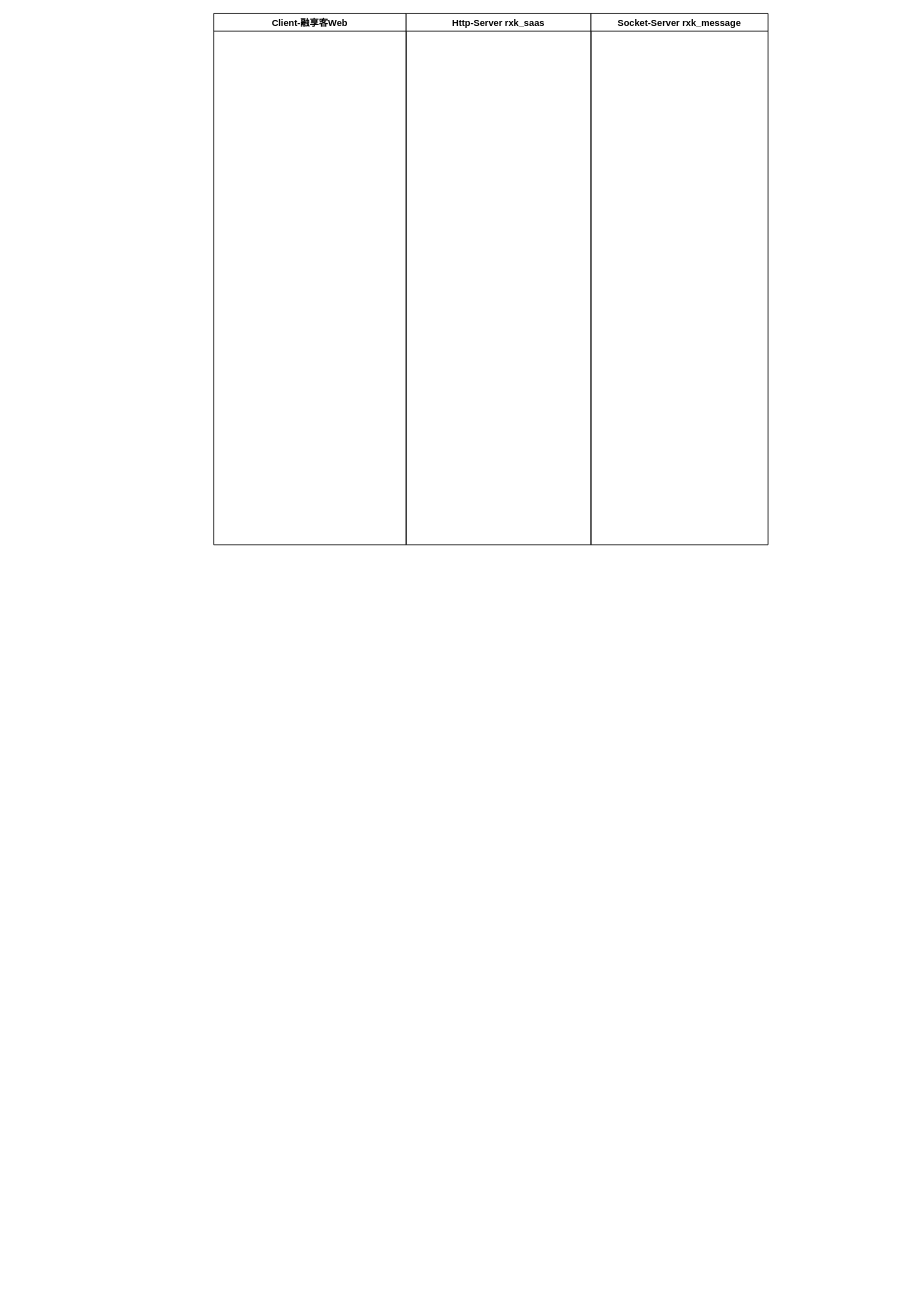
This is 未命名绘图.drawio from didiEvans/draw.io, a draw.io file, before an edit. Source tidied: cells renumbered, new cells numbered last; positions are measured from the earlier drawing's top-left corner, leaving out a move shared by most shapes. Both pictures are drawn from the tidied source at 77%, with x=0, y=0 at pixel (213, 13).
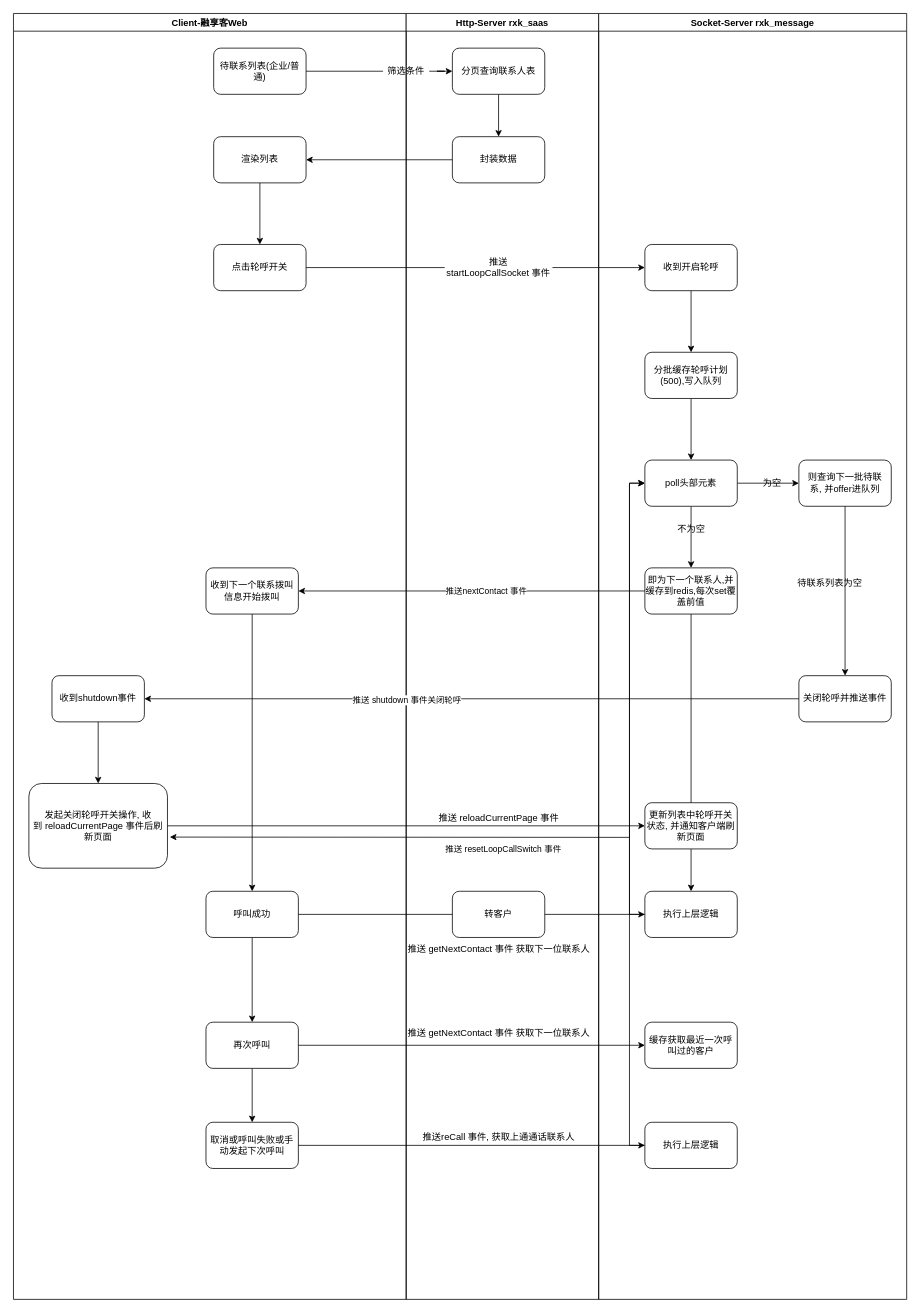
The same diagram, later.

Change to the diagram source:
```diff
@@
     <mxCell id="2" value="Client-融享客Web" style="swimlane;" parent="1" vertex="1">
-      <mxGeometry width="250" height="690" as="geometry" />
+      <mxGeometry x="-260" width="510" height="1670" as="geometry" />
     </mxCell>
+    <mxCell id="5" value="待联系列表(企业/普通)" style="rounded=1;whiteSpace=wrap;html=1;" parent="2" vertex="1">
+      <mxGeometry x="260" y="45" width="120" height="60" as="geometry" />
+    </mxCell>
+    <mxCell id="6" style="edgeStyle=orthogonalEdgeStyle;rounded=0;jettySize=auto;html=1;" parent="2" edge="1" source="7" target="8">
+      <mxGeometry relative="1" as="geometry" />
+    </mxCell>
+    <mxCell id="7" value="渲染列表" style="whiteSpace=wrap;html=1;rounded=1;" parent="2" vertex="1">
+      <mxGeometry x="260" y="160" width="120" height="60" as="geometry" />
+    </mxCell>
+    <mxCell id="8" value="点击轮呼开关" style="whiteSpace=wrap;html=1;rounded=1;" parent="2" vertex="1">
+      <mxGeometry x="260" y="300" width="120" height="60" as="geometry" />
+    </mxCell>
+    <mxCell id="9" style="edgeStyle=orthogonalEdgeStyle;rounded=0;jettySize=auto;html=1;" parent="2" edge="1" source="10" target="15">
+      <mxGeometry relative="1" as="geometry" />
+    </mxCell>
+    <mxCell id="10" value="收到下一个联系拨叫信息开始拨叫" style="rounded=1;whiteSpace=wrap;html=1;" parent="2" vertex="1">
+      <mxGeometry x="250" y="720" width="120" height="60" as="geometry" />
+    </mxCell>
+    <mxCell id="11" style="edgeStyle=orthogonalEdgeStyle;rounded=0;jettySize=auto;html=1;" parent="2" edge="1" source="12" target="13">
+      <mxGeometry relative="1" as="geometry" />
+    </mxCell>
+    <mxCell id="12" value="收到shutdown事件" style="rounded=1;whiteSpace=wrap;html=1;" parent="2" vertex="1">
+      <mxGeometry x="50" y="860" width="120" height="60" as="geometry" />
+    </mxCell>
+    <mxCell id="13" value="发起关闭轮呼开关操作,&amp;nbsp;收到&amp;nbsp;&lt;span style=&quot;&quot;&gt;reloadCurrentPage&amp;nbsp;事件后刷新页面&lt;/span&gt;" style="rounded=1;whiteSpace=wrap;html=1;" parent="2" vertex="1">
+      <mxGeometry x="20" y="1000" width="180" height="110" as="geometry" />
+    </mxCell>
+    <mxCell id="14" style="edgeStyle=orthogonalEdgeStyle;rounded=0;jettySize=auto;html=1;exitX=0.5;exitY=1;exitDx=0;exitDy=0;" parent="2" edge="1" source="15" target="18">
+      <mxGeometry relative="1" as="geometry" />
+    </mxCell>
+    <mxCell id="15" value="呼叫成功" style="rounded=1;whiteSpace=wrap;html=1;" parent="2" vertex="1">
+      <mxGeometry x="250" y="1140" width="120" height="60" as="geometry" />
+    </mxCell>
+    <mxCell id="16" value="取消或呼叫失败或手动发起下次呼叫" style="rounded=1;whiteSpace=wrap;html=1;" parent="2" vertex="1">
+      <mxGeometry x="250" y="1440" width="120" height="60" as="geometry" />
+    </mxCell>
+    <mxCell id="17" style="edgeStyle=orthogonalEdgeStyle;rounded=0;jettySize=auto;html=1;exitX=0.5;exitY=1;exitDx=0;exitDy=0;" parent="2" edge="1" source="18" target="16">
+      <mxGeometry relative="1" as="geometry" />
+    </mxCell>
+    <mxCell id="18" value="再次呼叫" style="rounded=1;whiteSpace=wrap;html=1;" parent="2" vertex="1">
+      <mxGeometry x="250" y="1310" width="120" height="60" as="geometry" />
+    </mxCell>
     <mxCell id="3" value="Http-Server rxk_saas" style="swimlane;startSize=23;" parent="1" vertex="1">
-      <mxGeometry x="250" width="240" height="690" as="geometry" />
+      <mxGeometry x="250" width="250" height="1670" as="geometry" />
     </mxCell>
+    <mxCell id="19" style="edgeStyle=orthogonalEdgeStyle;rounded=0;jettySize=auto;html=1;" parent="3" edge="1" source="20" target="21">
+      <mxGeometry relative="1" as="geometry" />
+    </mxCell>
+    <mxCell id="20" value="分页查询联系人表" style="whiteSpace=wrap;html=1;rounded=1;" parent="3" vertex="1">
+      <mxGeometry x="60" y="45" width="120" height="60" as="geometry" />
+    </mxCell>
+    <mxCell id="21" value="封装数据" style="whiteSpace=wrap;html=1;rounded=1;" parent="3" vertex="1">
+      <mxGeometry x="60" y="160" width="120" height="60" as="geometry" />
+    </mxCell>
+    <mxCell id="22" value="推送startLoopCallSocket&amp;nbsp;事件" style="text;html=1;strokeColor=none;fillColor=none;align=center;verticalAlign=middle;whiteSpace=wrap;rounded=0;" parent="3" vertex="1">
+      <mxGeometry x="50" y="315" width="140" height="30" as="geometry" />
+    </mxCell>
+    <mxCell id="23" value="推送&amp;nbsp;reloadCurrentPage&amp;nbsp;事件" style="text;html=1;align=center;verticalAlign=middle;strokeColor=none;fillColor=none;" parent="3" vertex="1">
+      <mxGeometry x="30" y="1030" width="180" height="30" as="geometry" />
+    </mxCell>
+    <mxCell id="24" value="推送&amp;nbsp;getNextContact&amp;nbsp;事件&amp;nbsp;获取下一位联系人" style="text;html=1;align=center;verticalAlign=middle;strokeColor=none;fillColor=none;" parent="3" vertex="1">
+      <mxGeometry x="-10" y="1200" width="260" height="30" as="geometry" />
+    </mxCell>
+    <mxCell id="25" value="推送&amp;nbsp;getNextContact&amp;nbsp;事件&amp;nbsp;获取下一位联系人" style="text;html=1;align=center;verticalAlign=middle;strokeColor=none;fillColor=none;" parent="3" vertex="1">
+      <mxGeometry x="-10" y="1310" width="260" height="30" as="geometry" />
+    </mxCell>
+    <mxCell id="26" value="推送reCall&amp;nbsp;事件,&amp;nbsp;获取上通通话联系人" style="text;html=1;align=center;verticalAlign=middle;strokeColor=none;fillColor=none;" parent="3" vertex="1">
+      <mxGeometry x="10" y="1445" width="220" height="30" as="geometry" />
+    </mxCell>
     <mxCell id="4" value="Socket-Server rxk_message" style="swimlane;startSize=23;" parent="1" vertex="1">
-      <mxGeometry x="490" width="230" height="690" as="geometry" />
+      <mxGeometry x="500" width="400" height="1670" as="geometry" />
     </mxCell>
+    <mxCell id="27" style="edgeStyle=orthogonalEdgeStyle;rounded=0;jettySize=auto;html=1;" parent="4" edge="1" source="28" target="30">
+      <mxGeometry relative="1" as="geometry" />
+    </mxCell>
+    <mxCell id="28" value="收到开启轮呼" style="whiteSpace=wrap;html=1;rounded=1;" parent="4" vertex="1">
+      <mxGeometry x="60" y="300" width="120" height="60" as="geometry" />
+    </mxCell>
+    <mxCell id="29" style="edgeStyle=orthogonalEdgeStyle;rounded=0;jettySize=auto;html=1;" parent="4" edge="1" source="30" target="33">
+      <mxGeometry relative="1" as="geometry" />
+    </mxCell>
+    <mxCell id="30" value="分批缓存轮呼计划(500),写入队列" style="whiteSpace=wrap;html=1;rounded=1;" parent="4" vertex="1">
+      <mxGeometry x="60" y="440" width="120" height="60" as="geometry" />
+    </mxCell>
+    <mxCell id="31" style="edgeStyle=orthogonalEdgeStyle;rounded=0;jettySize=auto;html=1;" parent="4" edge="1" source="33" target="35">
+      <mxGeometry relative="1" as="geometry" />
+    </mxCell>
+    <mxCell id="32" style="edgeStyle=orthogonalEdgeStyle;rounded=0;jettySize=auto;html=1;" parent="4" edge="1" source="33" target="37">
+      <mxGeometry relative="1" as="geometry" />
+    </mxCell>
+    <mxCell id="33" value="poll头部元素" style="whiteSpace=wrap;html=1;rounded=1;" parent="4" vertex="1">
+      <mxGeometry x="60" y="580" width="120" height="60" as="geometry" />
+    </mxCell>
+    <mxCell id="34" style="edgeStyle=orthogonalEdgeStyle;rounded=0;jettySize=auto;html=1;" parent="4" edge="1" source="35" target="40">
+      <mxGeometry relative="1" as="geometry" />
+    </mxCell>
+    <mxCell id="35" value="即为下一个联系人,并缓存到redis,每次set覆盖前值" style="whiteSpace=wrap;html=1;rounded=1;" parent="4" vertex="1">
+      <mxGeometry x="60" y="720" width="120" height="60" as="geometry" />
+    </mxCell>
+    <mxCell id="36" value="不为空" style="text;html=1;align=center;verticalAlign=middle;strokeColor=none;fillColor=none;" parent="4" vertex="1">
+      <mxGeometry x="90" y="655" width="60" height="30" as="geometry" />
+    </mxCell>
+    <mxCell id="37" value="则查询下一批待联系,&amp;nbsp;并offer进队列" style="whiteSpace=wrap;html=1;rounded=1;" parent="4" vertex="1">
+      <mxGeometry x="260" y="580" width="120" height="60" as="geometry" />
+    </mxCell>
+    <mxCell id="38" value="为空" style="text;html=1;align=center;verticalAlign=middle;strokeColor=none;fillColor=none;" parent="4" vertex="1">
+      <mxGeometry x="200" y="595" width="50" height="30" as="geometry" />
+    </mxCell>
+    <mxCell id="39" value="更新列表中轮呼开关状态,&amp;nbsp;并通知客户端刷新页面" style="rounded=1;whiteSpace=wrap;html=1;" parent="4" vertex="1">
+      <mxGeometry x="60" y="1025" width="120" height="60" as="geometry" />
+    </mxCell>
+    <mxCell id="40" value="执行上层逻辑" style="whiteSpace=wrap;html=1;rounded=1;" parent="4" vertex="1">
+      <mxGeometry x="60" y="1140" width="120" height="60" as="geometry" />
+    </mxCell>
+    <mxCell id="41" style="edgeStyle=orthogonalEdgeStyle;rounded=0;jettySize=auto;html=1;exitX=0;exitY=0.5;exitDx=0;exitDy=0;entryX=0;entryY=0.5;entryDx=0;entryDy=0;" parent="4" edge="1" source="42" target="33">
+      <mxGeometry relative="1" as="geometry" />
+    </mxCell>
+    <mxCell id="42" value="执行上层逻辑" style="whiteSpace=wrap;html=1;rounded=1;" parent="4" vertex="1">
+      <mxGeometry x="60" y="1440" width="120" height="60" as="geometry" />
+    </mxCell>
+    <mxCell id="43" style="edgeStyle=orthogonalEdgeStyle;rounded=0;jettySize=auto;html=1;exitX=0;exitY=0.5;exitDx=0;exitDy=0;entryX=0;entryY=0.5;entryDx=0;entryDy=0;" parent="4" edge="1" source="40" target="33">
+      <mxGeometry relative="1" as="geometry" />
+    </mxCell>
+    <mxCell id="44" value="缓存获取最近一次呼叫过的客户" style="whiteSpace=wrap;html=1;rounded=1;" parent="4" vertex="1">
+      <mxGeometry x="60" y="1310" width="120" height="60" as="geometry" />
+    </mxCell>
+    <mxCell id="45" value="关闭轮呼并推送事件" style="whiteSpace=wrap;html=1;rounded=1;" parent="4" vertex="1">
+      <mxGeometry x="260" y="860" width="120" height="60" as="geometry" />
+    </mxCell>
+    <mxCell id="46" style="edgeStyle=orthogonalEdgeStyle;rounded=0;jettySize=auto;html=1;" parent="4" edge="1" source="37" target="45">
+      <mxGeometry relative="1" as="geometry" />
+    </mxCell>
+    <mxCell id="47" style="edgeStyle=orthogonalEdgeStyle;rounded=0;jettySize=auto;html=1;startArrow=none;" parent="1" edge="1" source="48" target="20">
+      <mxGeometry relative="1" as="geometry" />
+    </mxCell>
+    <mxCell id="48" value="筛选条件" style="text;html=1;strokeColor=none;fillColor=none;align=center;verticalAlign=middle;whiteSpace=wrap;rounded=0;" parent="1" vertex="1">
+      <mxGeometry x="220" y="60" width="60" height="30" as="geometry" />
+    </mxCell>
+    <mxCell id="49" style="edgeStyle=orthogonalEdgeStyle;rounded=0;jettySize=auto;html=1;endArrow=none;" parent="1" edge="1" source="5" target="48">
+      <mxGeometry relative="1" as="geometry" />
+    </mxCell>
+    <mxCell id="50" style="edgeStyle=orthogonalEdgeStyle;rounded=0;jettySize=auto;html=1;exitX=0;exitY=0.5;exitDx=0;exitDy=0;" parent="1" edge="1" source="21" target="7">
+      <mxGeometry relative="1" as="geometry" />
+    </mxCell>
+    <mxCell id="51" style="edgeStyle=orthogonalEdgeStyle;rounded=0;jettySize=auto;html=1;exitX=1;exitY=0.5;exitDx=0;exitDy=0;startArrow=none;" parent="1" edge="1" source="22" target="28">
+      <mxGeometry relative="1" as="geometry" />
+    </mxCell>
+    <mxCell id="52" style="edgeStyle=orthogonalEdgeStyle;rounded=0;jettySize=auto;html=1;exitX=1;exitY=0.5;exitDx=0;exitDy=0;endArrow=none;" parent="1" edge="1" source="8" target="22">
+      <mxGeometry relative="1" as="geometry" />
+    </mxCell>
+    <mxCell id="53" style="edgeStyle=orthogonalEdgeStyle;rounded=0;jettySize=auto;html=1;exitX=0;exitY=0.5;exitDx=0;exitDy=0;" parent="1" edge="1" source="35" target="10">
+      <mxGeometry relative="1" as="geometry" />
+    </mxCell>
+    <mxCell id="54" value="推送nextContact&amp;nbsp;事件" style="edgeLabel;html=1;align=center;verticalAlign=middle;" parent="53" vertex="1">
+      <mxGeometry x="-0.08" y="-4" relative="1" as="geometry">
+        <mxPoint y="4" as="offset" />
+      </mxGeometry>
+    </mxCell>
+    <mxCell id="55" style="edgeStyle=orthogonalEdgeStyle;rounded=0;jettySize=auto;html=1;exitX=0;exitY=0.5;exitDx=0;exitDy=0;" parent="1" edge="1" source="45" target="12">
+      <mxGeometry relative="1" as="geometry" />
+    </mxCell>
+    <mxCell id="56" value="推送&amp;nbsp;shutdown&amp;nbsp;事件关闭轮呼" style="edgeLabel;html=1;align=center;verticalAlign=middle;" parent="55" vertex="1">
+      <mxGeometry x="0.2" y="1" relative="1" as="geometry" />
+    </mxCell>
+    <mxCell id="57" style="edgeStyle=orthogonalEdgeStyle;rounded=0;jettySize=auto;html=1;exitX=1;exitY=0.5;exitDx=0;exitDy=0;entryX=0;entryY=0.5;entryDx=0;entryDy=0;" parent="1" edge="1" source="13" target="39">
+      <mxGeometry relative="1" as="geometry" />
+    </mxCell>
+    <mxCell id="58" value="推送&amp;nbsp;resetLoopCallSwitch&amp;nbsp;事件" style="edgeLabel;html=1;align=center;verticalAlign=middle;" parent="57" vertex="1">
+      <mxGeometry x="0.28" y="-2" relative="1" as="geometry">
+        <mxPoint x="38" y="28" as="offset" />
+      </mxGeometry>
+    </mxCell>
+    <mxCell id="59" style="endArrow=classic;html=1;rounded=0;entryX=1.017;entryY=0.633;entryDx=0;entryDy=0;entryPerimeter=0;" parent="1" edge="1" target="13">
+      <mxGeometry relative="1" as="geometry">
+        <mxPoint x="540" y="1070" as="sourcePoint" />
+      </mxGeometry>
+    </mxCell>
+    <mxCell id="60" value="待联系列表为空" style="text;html=1;align=center;verticalAlign=middle;strokeColor=none;fillColor=none;" parent="1" vertex="1">
+      <mxGeometry x="745" y="725" width="110" height="30" as="geometry" />
+    </mxCell>
+    <mxCell id="61" style="edgeStyle=orthogonalEdgeStyle;rounded=0;jettySize=auto;html=1;exitX=1;exitY=0.5;exitDx=0;exitDy=0;" parent="1" edge="1" source="15" target="40">
+      <mxGeometry relative="1" as="geometry" />
+    </mxCell>
+    <mxCell id="62" value="转客户" style="rounded=1;whiteSpace=wrap;html=1;" parent="1" vertex="1">
+      <mxGeometry x="310" y="1140" width="120" height="60" as="geometry" />
+    </mxCell>
+    <mxCell id="63" style="edgeStyle=orthogonalEdgeStyle;rounded=0;jettySize=auto;html=1;exitX=1;exitY=0.5;exitDx=0;exitDy=0;" parent="1" edge="1" source="16" target="42">
+      <mxGeometry relative="1" as="geometry" />
+    </mxCell>
+    <mxCell id="64" style="edgeStyle=orthogonalEdgeStyle;rounded=0;jettySize=auto;html=1;exitX=1;exitY=0.5;exitDx=0;exitDy=0;" parent="1" edge="1" source="18" target="44">
+      <mxGeometry relative="1" as="geometry" />
+    </mxCell>
```
